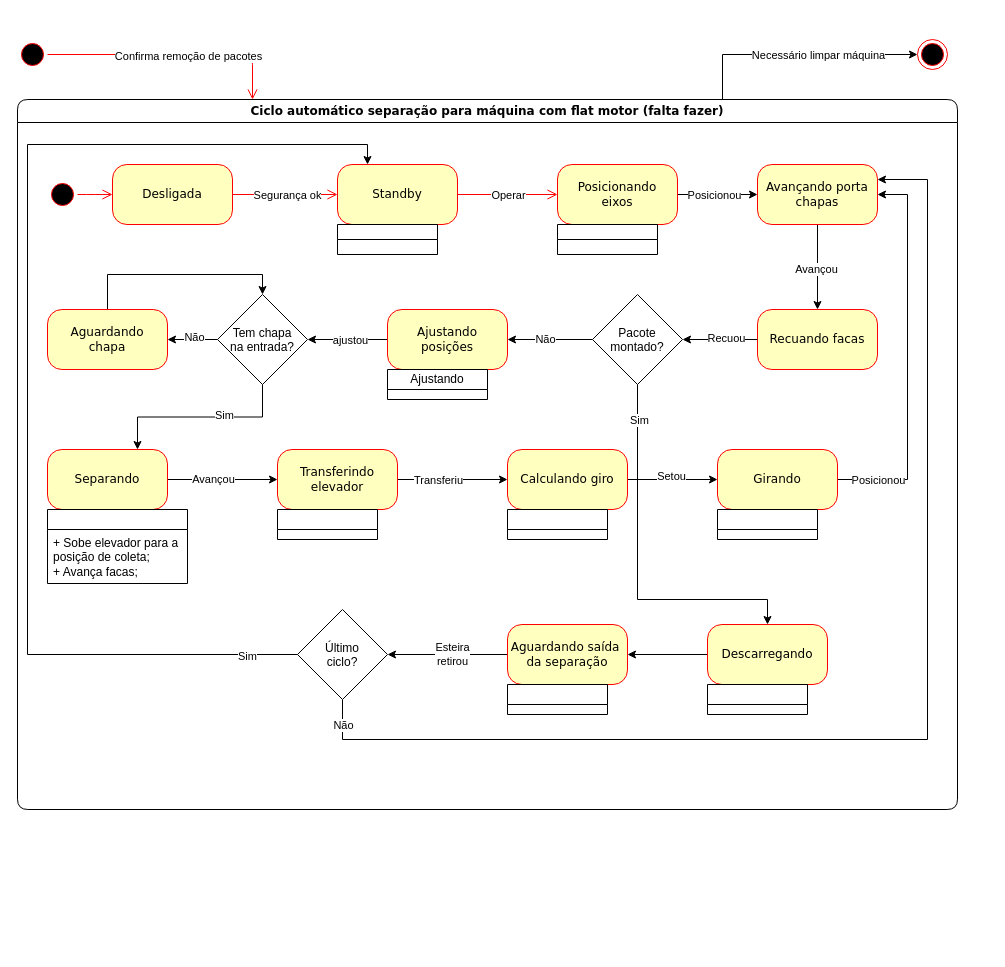
JonanMuller/WEGDiagrams keeps this draw.io diagram as page "Separação para flat motor" (2 of 3) of separar_pacotes_M05511N01.drawio. Above is the earlier version. Source tidied: cells renumbered, new cells numbered last; positions are measured from the earlier drawing's top-left corner, leaving out a move shared by most shapes. Both pictures are drawn from the tidied source at 100%, with x=0, y=0 at pixel (17, 39).
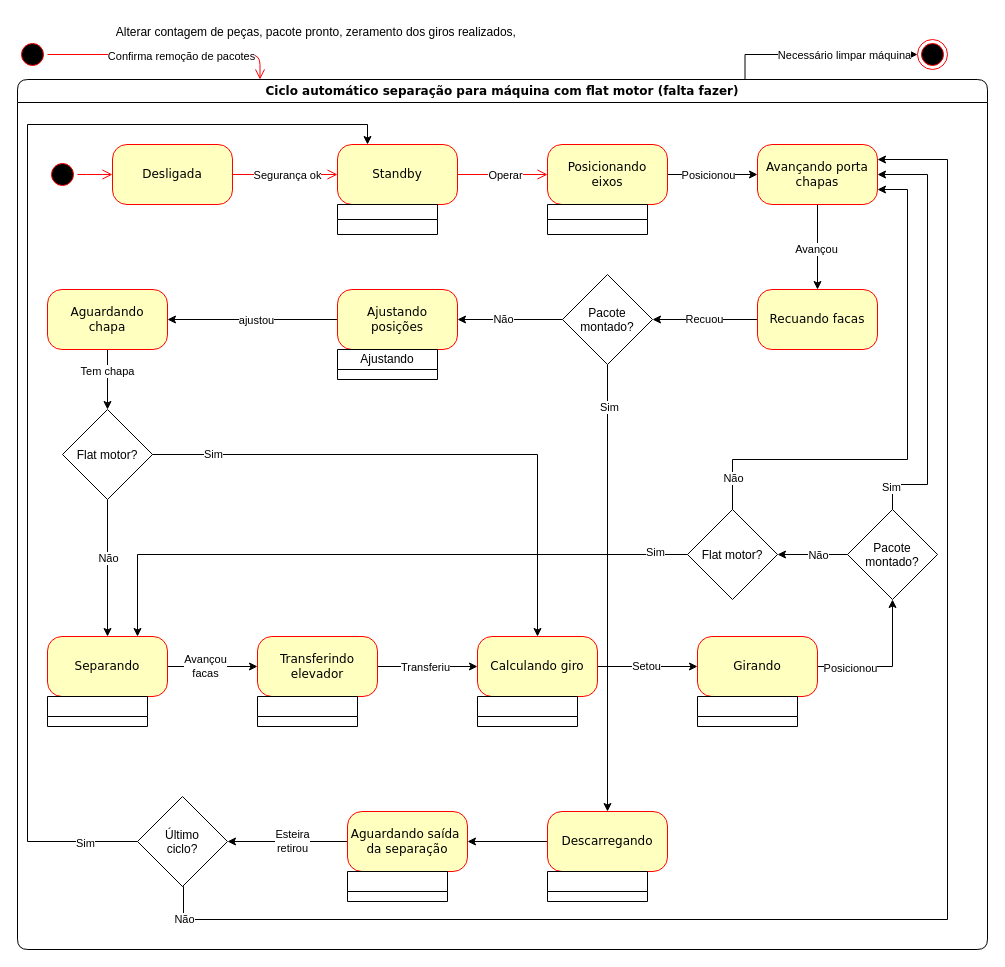
Above is the later version.

Unchanged cells that the change refers to:
```xml
<mxCell id="13" value="Standby" style="rounded=1;whiteSpace=wrap;html=1;arcSize=24;fillColor=#ffffc0;strokeColor=#ff0000;shadow=0;comic=0;labelBackgroundColor=none;fontFamily=Verdana;fontSize=12;fontColor=#000000;align=center;" parent="5" vertex="1">
  <mxGeometry x="320" y="65" width="120" height="60" as="geometry" />
</mxCell>
<mxCell id="22" value="Avançando porta&lt;div&gt;chapas&lt;/div&gt;" style="rounded=1;whiteSpace=wrap;html=1;arcSize=24;fillColor=#ffffc0;strokeColor=#ff0000;shadow=0;comic=0;labelBackgroundColor=none;fontFamily=Verdana;fontSize=12;fontColor=#000000;align=center;" parent="5" vertex="1">
  <mxGeometry x="740" y="65" width="120" height="60" as="geometry" />
</mxCell>
<mxCell id="23" value="Recuando facas" style="rounded=1;whiteSpace=wrap;html=1;arcSize=24;fillColor=#ffffc0;strokeColor=#ff0000;shadow=0;comic=0;labelBackgroundColor=none;fontFamily=Verdana;fontSize=12;fontColor=#000000;align=center;" parent="5" vertex="1">
  <mxGeometry x="740" y="210" width="120" height="60" as="geometry" />
</mxCell>
<mxCell id="40" style="edgeStyle=orthogonalEdgeStyle;rounded=0;jettySize=auto;html=1;" parent="5" edge="1" source="42" target="47">
  <mxGeometry relative="1" as="geometry" />
</mxCell>
<mxCell id="44" value="Aguardando&lt;div&gt;chapa&lt;/div&gt;" style="rounded=1;whiteSpace=wrap;html=1;arcSize=24;fillColor=#ffffc0;strokeColor=#ff0000;shadow=0;comic=0;labelBackgroundColor=none;fontFamily=Verdana;fontSize=12;fontColor=#000000;align=center;" parent="5" vertex="1">
  <mxGeometry x="30" y="210" width="120" height="60" as="geometry" />
</mxCell>
<mxCell id="45" style="edgeStyle=orthogonalEdgeStyle;rounded=0;jettySize=auto;html=1;" parent="5" edge="1" source="47" target="51">
  <mxGeometry relative="1" as="geometry" />
</mxCell>
<mxCell id="49" style="edgeStyle=orthogonalEdgeStyle;rounded=0;jettySize=auto;html=1;" parent="5" edge="1" source="51" target="55">
  <mxGeometry relative="1" as="geometry" />
</mxCell>
```

The edit, as a diff of the source:
```diff
@@
     <mxCell id="5" value="Ciclo automático separação para máquina com flat motor (falta fazer)" style="swimlane;whiteSpace=wrap;html=1;rounded=1;shadow=0;comic=0;labelBackgroundColor=none;strokeWidth=1;fontFamily=Verdana;fontSize=12;align=center;" parent="1" vertex="1">
-      <mxGeometry y="60" width="940" height="710" as="geometry" />
+      <mxGeometry y="40" width="970" height="870" as="geometry" />
     </mxCell>
@@
     <mxCell id="17" value="Posicionando&lt;div&gt;eixos&lt;/div&gt;" style="rounded=1;whiteSpace=wrap;html=1;arcSize=24;fillColor=#ffffc0;strokeColor=#ff0000;shadow=0;comic=0;labelBackgroundColor=none;fontFamily=Verdana;fontSize=12;fontColor=#000000;align=center;" parent="5" vertex="1">
-      <mxGeometry x="540" y="65" width="120" height="60" as="geometry" />
+      <mxGeometry x="530" y="65" width="120" height="60" as="geometry" />
     </mxCell>
@@
     <mxCell id="19" style="swimlane;fontStyle=0;horizontal=1;startSize=15;fillColor=none;whiteSpace=wrap;html=1;" parent="5" vertex="1" collapsed="1">
-      <mxGeometry x="540" y="125" width="100" height="30" as="geometry" />
+      <mxGeometry x="530" y="125" width="100" height="30" as="geometry" />
     </mxCell>
@@
+    <mxCell id="27" style="edgeStyle=orthogonalEdgeStyle;rounded=0;jettySize=auto;html=1;entryX=1;entryY=0.5;entryDx=0;entryDy=0;" parent="5" edge="1" source="23" target="33">
+      <mxGeometry relative="1" as="geometry" />
+    </mxCell>
+    <mxCell id="28" value="Recuou" style="edgeLabel;html=1;align=center;verticalAlign=middle;" parent="27" vertex="1">
+      <mxGeometry x="0.14" y="2" relative="1" as="geometry">
+        <mxPoint x="6" y="-3" as="offset" />
+      </mxGeometry>
+    </mxCell>
@@
-    <mxCell id="24" style="edgeStyle=orthogonalEdgeStyle;rounded=0;jettySize=auto;html=1;" parent="5" edge="1" source="26" target="39">
+    <mxCell id="24" style="edgeStyle=orthogonalEdgeStyle;rounded=0;jettySize=auto;html=1;entryX=1;entryY=0.5;entryDx=0;entryDy=0;" parent="5" edge="1" source="26" target="44">
       <mxGeometry relative="1" as="geometry" />
     </mxCell>
@@
     <mxCell id="26" value="Ajustando&lt;div&gt;posições&lt;/div&gt;" style="rounded=1;whiteSpace=wrap;html=1;arcSize=24;fillColor=#ffffc0;strokeColor=#ff0000;shadow=0;comic=0;labelBackgroundColor=none;fontFamily=Verdana;fontSize=12;fontColor=#000000;align=center;" parent="5" vertex="1">
-      <mxGeometry x="370" y="210" width="120" height="60" as="geometry" />
+      <mxGeometry x="320" y="210" width="120" height="60" as="geometry" />
     </mxCell>
-    <mxCell id="27" style="edgeStyle=orthogonalEdgeStyle;rounded=0;jettySize=auto;html=1;" parent="5" edge="1" source="23" target="33">
-      <mxGeometry relative="1" as="geometry" />
-    </mxCell>
-    <mxCell id="28" value="Recuou" style="edgeLabel;html=1;align=center;verticalAlign=middle;" parent="27" vertex="1">
-      <mxGeometry x="-0.15" y="-2" relative="1" as="geometry" />
-    </mxCell>
@@
     <mxCell id="31" style="edgeStyle=orthogonalEdgeStyle;rounded=0;jettySize=auto;html=1;exitX=0.5;exitY=1;exitDx=0;exitDy=0;entryX=0.5;entryY=0;entryDx=0;entryDy=0;" parent="5" edge="1" source="33" target="58">
       <mxGeometry relative="1" as="geometry">
         <Array as="points">
-          <mxPoint x="620" y="500" />
-          <mxPoint x="750" y="500" />
+          <mxPoint x="590" y="732" />
         </Array>
       </mxGeometry>
     </mxCell>
@@
     <mxCell id="33" value="Pacote&#10;montado?" style="rhombus;" parent="5" vertex="1">
-      <mxGeometry x="575" y="195" width="90" height="90" as="geometry" />
+      <mxGeometry x="545" y="195" width="90" height="90" as="geometry" />
     </mxCell>
     <mxCell id="34" value="Ajustando" style="swimlane;fontStyle=0;horizontal=1;startSize=20;fillColor=none;whiteSpace=wrap;html=1;" parent="5" vertex="1" collapsed="1">
-      <mxGeometry x="370" y="270" width="100" height="30" as="geometry" />
+      <mxGeometry x="320" y="270" width="100" height="30" as="geometry" />
     </mxCell>
-    <mxCell id="35" style="edgeStyle=orthogonalEdgeStyle;rounded=0;jettySize=auto;html=1;" parent="5" edge="1" source="39" target="44">
-      <mxGeometry relative="1" as="geometry" />
-    </mxCell>
-    <mxCell id="36" value="Não" style="edgeLabel;html=1;align=center;verticalAlign=middle;" parent="35" vertex="1">
-      <mxGeometry x="-0.05" y="-3" relative="1" as="geometry" />
-    </mxCell>
-    <mxCell id="37" style="edgeStyle=orthogonalEdgeStyle;rounded=0;jettySize=auto;html=1;exitX=0.5;exitY=1;exitDx=0;exitDy=0;entryX=0.75;entryY=0;entryDx=0;entryDy=0;" parent="5" edge="1" source="39" target="42">
-      <mxGeometry relative="1" as="geometry" />
-    </mxCell>
-    <mxCell id="38" value="Sim" style="edgeLabel;html=1;align=center;verticalAlign=middle;" parent="37" vertex="1">
-      <mxGeometry x="-0.25" y="-2" relative="1" as="geometry" />
-    </mxCell>
-    <mxCell id="39" value="Tem chapa&#10;na entrada?" style="rhombus;" parent="5" vertex="1">
-      <mxGeometry x="200" y="195" width="90" height="90" as="geometry" />
-    </mxCell>
+    <mxCell id="74" style="edgeStyle=orthogonalEdgeStyle;rounded=0;jettySize=auto;html=1;exitX=0.5;exitY=1;exitDx=0;exitDy=0;entryX=0.5;entryY=0;entryDx=0;entryDy=0;" parent="5" edge="1" source="44" target="81">
+      <mxGeometry relative="1" as="geometry" />
+    </mxCell>
+    <mxCell id="75" value="Tem chapa" style="edgeLabel;html=1;align=center;verticalAlign=middle;" parent="74" vertex="1">
+      <mxGeometry x="-0.29" y="-1" relative="1" as="geometry" />
+    </mxCell>
@@
-    <mxCell id="41" value="Avançou" style="edgeLabel;html=1;align=center;verticalAlign=middle;" parent="40" vertex="1">
+    <mxCell id="41" value="Avançou&lt;div&gt;facas&lt;/div&gt;" style="edgeLabel;html=1;align=center;verticalAlign=middle;" parent="40" vertex="1">
       <mxGeometry x="-0.18" y="1" relative="1" as="geometry" />
     </mxCell>
     <mxCell id="42" value="Separando" style="rounded=1;whiteSpace=wrap;html=1;arcSize=24;fillColor=#ffffc0;strokeColor=#ff0000;shadow=0;comic=0;labelBackgroundColor=none;fontFamily=Verdana;fontSize=12;fontColor=#000000;align=center;" parent="5" vertex="1">
-      <mxGeometry x="30" y="350" width="120" height="60" as="geometry" />
+      <mxGeometry x="30" y="557" width="120" height="60" as="geometry" />
     </mxCell>
-    <mxCell id="43" style="edgeStyle=orthogonalEdgeStyle;rounded=0;jettySize=auto;html=1;exitX=0.5;exitY=0;exitDx=0;exitDy=0;entryX=0.5;entryY=0;entryDx=0;entryDy=0;" parent="5" edge="1" source="44" target="39">
-      <mxGeometry relative="1" as="geometry" />
-    </mxCell>
@@
     <mxCell id="46" value="Transferiu" style="edgeLabel;html=1;align=center;verticalAlign=middle;" parent="45" vertex="1">
-      <mxGeometry x="-0.27" relative="1" as="geometry" />
+      <mxGeometry x="-0.27" relative="1" as="geometry">
+        <mxPoint x="10" as="offset" />
+      </mxGeometry>
     </mxCell>
     <mxCell id="47" value="Transferindo&lt;div&gt;elevador&lt;/div&gt;" style="rounded=1;whiteSpace=wrap;html=1;arcSize=24;fillColor=#ffffc0;strokeColor=#ff0000;shadow=0;comic=0;labelBackgroundColor=none;fontFamily=Verdana;fontSize=12;fontColor=#000000;align=center;" parent="5" vertex="1">
-      <mxGeometry x="260" y="350" width="120" height="60" as="geometry" />
+      <mxGeometry x="240" y="557" width="120" height="60" as="geometry" />
     </mxCell>
     <mxCell id="48" style="swimlane;fontStyle=0;horizontal=1;startSize=20;fillColor=none;whiteSpace=wrap;html=1;" parent="5" vertex="1" collapsed="1">
-      <mxGeometry x="260" y="410" width="100" height="30" as="geometry" />
+      <mxGeometry x="240" y="617" width="100" height="30" as="geometry" />
     </mxCell>
@@
     <mxCell id="50" value="Setou" style="edgeLabel;html=1;align=center;verticalAlign=middle;" parent="49" vertex="1">
-      <mxGeometry x="-0.04" y="4" relative="1" as="geometry" />
+      <mxGeometry x="-0.04" y="4" relative="1" as="geometry">
+        <mxPoint y="3" as="offset" />
+      </mxGeometry>
     </mxCell>
     <mxCell id="51" value="Calculando giro" style="rounded=1;whiteSpace=wrap;html=1;arcSize=24;fillColor=#ffffc0;strokeColor=#ff0000;shadow=0;comic=0;labelBackgroundColor=none;fontFamily=Verdana;fontSize=12;fontColor=#000000;align=center;" parent="5" vertex="1">
-      <mxGeometry x="490" y="350" width="120" height="60" as="geometry" />
+      <mxGeometry x="460" y="557" width="120" height="60" as="geometry" />
     </mxCell>
     <mxCell id="52" style="swimlane;fontStyle=0;horizontal=1;startSize=20;fillColor=none;whiteSpace=wrap;html=1;" parent="5" vertex="1" collapsed="1">
-      <mxGeometry x="490" y="410" width="100" height="30" as="geometry" />
+      <mxGeometry x="460" y="617" width="100" height="30" as="geometry" />
     </mxCell>
-    <mxCell id="53" style="edgeStyle=orthogonalEdgeStyle;rounded=0;jettySize=auto;html=1;exitX=1;exitY=0.5;exitDx=0;exitDy=0;entryX=1;entryY=0.5;entryDx=0;entryDy=0;" parent="5" edge="1" source="55" target="22">
-      <mxGeometry relative="1" as="geometry">
-        <Array as="points">
-          <mxPoint x="890" y="380" />
-          <mxPoint x="890" y="95" />
-        </Array>
-      </mxGeometry>
-    </mxCell>
+    <mxCell id="76" style="edgeStyle=orthogonalEdgeStyle;rounded=0;jettySize=auto;html=1;exitX=1;exitY=0.5;exitDx=0;exitDy=0;entryX=0.5;entryY=1;entryDx=0;entryDy=0;" parent="5" edge="1" source="55" target="91">
+      <mxGeometry relative="1" as="geometry" />
+    </mxCell>
-    <mxCell id="54" value="Posicionou" style="edgeLabel;html=1;align=center;verticalAlign=middle;" parent="53" vertex="1">
-      <mxGeometry x="-0.86" y="-1" relative="1" as="geometry">
-        <mxPoint x="13" y="-1" as="offset" />
+    <mxCell id="54" value="Posicionou" style="edgeLabel;html=1;align=center;verticalAlign=middle;" parent="76" vertex="1">
+      <mxGeometry x="-0.68" y="-3" relative="1" as="geometry">
+        <mxPoint x="9" y="-2" as="offset" />
       </mxGeometry>
     </mxCell>
     <mxCell id="55" value="Girando" style="rounded=1;whiteSpace=wrap;html=1;arcSize=24;fillColor=#ffffc0;strokeColor=#ff0000;shadow=0;comic=0;labelBackgroundColor=none;fontFamily=Verdana;fontSize=12;fontColor=#000000;align=center;" parent="5" vertex="1">
-      <mxGeometry x="700" y="350" width="120" height="60" as="geometry" />
+      <mxGeometry x="680" y="557" width="120" height="60" as="geometry" />
     </mxCell>
     <mxCell id="56" style="swimlane;fontStyle=0;horizontal=1;startSize=20;fillColor=none;whiteSpace=wrap;html=1;" parent="5" vertex="1" collapsed="1">
-      <mxGeometry x="700" y="410" width="100" height="30" as="geometry" />
+      <mxGeometry x="680" y="617" width="100" height="30" as="geometry" />
     </mxCell>
@@
     <mxCell id="58" value="Descarregando" style="rounded=1;whiteSpace=wrap;html=1;arcSize=24;fillColor=#ffffc0;strokeColor=#ff0000;shadow=0;comic=0;labelBackgroundColor=none;fontFamily=Verdana;fontSize=12;fontColor=#000000;align=center;" parent="5" vertex="1">
-      <mxGeometry x="690" y="525" width="120" height="60" as="geometry" />
+      <mxGeometry x="530" y="732" width="120" height="60" as="geometry" />
     </mxCell>
     <mxCell id="59" style="swimlane;fontStyle=0;horizontal=1;startSize=20;fillColor=none;whiteSpace=wrap;html=1;" parent="5" vertex="1" collapsed="1">
-      <mxGeometry x="690" y="585" width="100" height="30" as="geometry" />
+      <mxGeometry x="530" y="792" width="100" height="30" as="geometry" />
     </mxCell>
@@
     <mxCell id="62" value="Aguardando saída&amp;nbsp;&lt;div&gt;da separação&lt;/div&gt;" style="rounded=1;whiteSpace=wrap;html=1;arcSize=24;fillColor=#ffffc0;strokeColor=#ff0000;shadow=0;comic=0;labelBackgroundColor=none;fontFamily=Verdana;fontSize=12;fontColor=#000000;align=center;" parent="5" vertex="1">
-      <mxGeometry x="490" y="525" width="120" height="60" as="geometry" />
+      <mxGeometry x="330" y="732" width="120" height="60" as="geometry" />
     </mxCell>
     <mxCell id="63" style="swimlane;fontStyle=0;horizontal=1;startSize=20;fillColor=none;whiteSpace=wrap;html=1;" parent="5" vertex="1" collapsed="1">
-      <mxGeometry x="490" y="585" width="100" height="30" as="geometry" />
+      <mxGeometry x="330" y="792" width="100" height="30" as="geometry" />
     </mxCell>
     <mxCell id="64" style="edgeStyle=orthogonalEdgeStyle;rounded=0;jettySize=auto;html=1;exitX=0;exitY=0.5;exitDx=0;exitDy=0;entryX=0.25;entryY=0;entryDx=0;entryDy=0;" parent="5" edge="1" source="68" target="13">
       <mxGeometry relative="1" as="geometry">
         <Array as="points">
-          <mxPoint x="10" y="555" />
+          <mxPoint x="10" y="762" />
           <mxPoint x="10" y="45" />
           <mxPoint x="350" y="45" />
         </Array>
       </mxGeometry>
     </mxCell>
@@
     <mxCell id="66" style="edgeStyle=orthogonalEdgeStyle;rounded=0;jettySize=auto;html=1;exitX=0.5;exitY=1;exitDx=0;exitDy=0;entryX=1;entryY=0.25;entryDx=0;entryDy=0;" parent="5" edge="1" source="68" target="22">
       <mxGeometry relative="1" as="geometry">
         <Array as="points">
-          <mxPoint x="325" y="640" />
-          <mxPoint x="910" y="640" />
-          <mxPoint x="910" y="80" />
+          <mxPoint x="166" y="840" />
+          <mxPoint x="930" y="840" />
+          <mxPoint x="930" y="80" />
         </Array>
       </mxGeometry>
     </mxCell>
@@
     <mxCell id="68" value="Último&#10;ciclo?" style="rhombus;" parent="5" vertex="1">
-      <mxGeometry x="280" y="510" width="90" height="90" as="geometry" />
+      <mxGeometry x="120" y="717" width="90" height="90" as="geometry" />
     </mxCell>
+    <mxCell id="77" style="edgeStyle=orthogonalEdgeStyle;rounded=0;jettySize=auto;html=1;exitX=0.5;exitY=1;exitDx=0;exitDy=0;entryX=0.5;entryY=0;entryDx=0;entryDy=0;" parent="5" edge="1" source="81" target="42">
+      <mxGeometry relative="1" as="geometry" />
+    </mxCell>
+    <mxCell id="78" value="Não" style="edgeLabel;html=1;align=center;verticalAlign=middle;" parent="77" vertex="1">
+      <mxGeometry x="-0.15" relative="1" as="geometry" />
+    </mxCell>
+    <mxCell id="79" style="edgeStyle=orthogonalEdgeStyle;rounded=0;jettySize=auto;html=1;exitX=1;exitY=0.5;exitDx=0;exitDy=0;entryX=0.5;entryY=0;entryDx=0;entryDy=0;" parent="5" edge="1" source="81" target="51">
+      <mxGeometry relative="1" as="geometry" />
+    </mxCell>
+    <mxCell id="80" value="Sim" style="edgeLabel;html=1;align=center;verticalAlign=middle;" parent="79" vertex="1">
+      <mxGeometry x="-0.79" y="1" relative="1" as="geometry" />
+    </mxCell>
+    <mxCell id="81" value="Flat motor?" style="rhombus;" parent="5" vertex="1">
+      <mxGeometry x="45" y="330" width="90" height="90" as="geometry" />
+    </mxCell>
+    <mxCell id="82" style="edgeStyle=orthogonalEdgeStyle;rounded=0;jettySize=auto;html=1;exitX=0;exitY=0.5;exitDx=0;exitDy=0;entryX=0.75;entryY=0;entryDx=0;entryDy=0;" parent="5" edge="1" source="86" target="42">
+      <mxGeometry relative="1" as="geometry" />
+    </mxCell>
+    <mxCell id="83" value="Sim" style="edgeLabel;html=1;align=center;verticalAlign=middle;" parent="82" vertex="1">
+      <mxGeometry x="-0.9" y="-2" relative="1" as="geometry">
+        <mxPoint x="-1" y="-1" as="offset" />
+      </mxGeometry>
+    </mxCell>
+    <mxCell id="84" style="edgeStyle=orthogonalEdgeStyle;rounded=0;jettySize=auto;html=1;exitX=0.5;exitY=0;exitDx=0;exitDy=0;entryX=1;entryY=0.75;entryDx=0;entryDy=0;" parent="5" edge="1" source="86" target="22">
+      <mxGeometry relative="1" as="geometry">
+        <Array as="points">
+          <mxPoint x="715" y="380" />
+          <mxPoint x="890" y="380" />
+          <mxPoint x="890" y="110" />
+        </Array>
+      </mxGeometry>
+    </mxCell>
+    <mxCell id="85" value="Não" style="edgeLabel;html=1;align=center;verticalAlign=middle;" parent="84" vertex="1">
+      <mxGeometry x="-0.88" y="1" relative="1" as="geometry">
+        <mxPoint x="1" as="offset" />
+      </mxGeometry>
+    </mxCell>
+    <mxCell id="86" value="Flat motor?" style="rhombus;" parent="5" vertex="1">
+      <mxGeometry x="670" y="430" width="90" height="90" as="geometry" />
+    </mxCell>
+    <mxCell id="72" style="swimlane;fontStyle=0;horizontal=1;startSize=20;fillColor=none;whiteSpace=wrap;html=1;" parent="5" vertex="1" collapsed="1">
+      <mxGeometry x="30" y="617" width="100" height="30" as="geometry" />
+    </mxCell>
+    <mxCell id="87" style="edgeStyle=orthogonalEdgeStyle;rounded=0;jettySize=auto;html=1;exitX=0.5;exitY=0;exitDx=0;exitDy=0;entryX=1;entryY=0.5;entryDx=0;entryDy=0;" parent="5" edge="1" source="91" target="22">
+      <mxGeometry relative="1" as="geometry">
+        <Array as="points">
+          <mxPoint x="910" y="405" />
+          <mxPoint x="910" y="95" />
+        </Array>
+      </mxGeometry>
+    </mxCell>
+    <mxCell id="88" value="Sim" style="edgeLabel;html=1;align=center;verticalAlign=middle;" parent="87" vertex="1">
+      <mxGeometry x="-0.89" y="2" relative="1" as="geometry" />
+    </mxCell>
+    <mxCell id="89" style="edgeStyle=orthogonalEdgeStyle;rounded=0;jettySize=auto;html=1;" parent="5" edge="1" source="91" target="86">
+      <mxGeometry relative="1" as="geometry" />
+    </mxCell>
+    <mxCell id="90" value="Não" style="edgeLabel;html=1;align=center;verticalAlign=middle;" parent="89" vertex="1">
+      <mxGeometry x="0.02" relative="1" as="geometry">
+        <mxPoint x="6" as="offset" />
+      </mxGeometry>
+    </mxCell>
+    <mxCell id="91" value="Pacote&#10;montado?" style="rhombus;" parent="5" vertex="1">
+      <mxGeometry x="830" y="430" width="90" height="90" as="geometry" />
+    </mxCell>
@@
-    <mxCell id="72" style="swimlane;fontStyle=0;horizontal=1;startSize=20;fillColor=none;whiteSpace=wrap;html=1;" parent="1" vertex="1">
-      <mxGeometry x="30" y="470" width="140" height="74" as="geometry" />
-    </mxCell>
-    <mxCell id="73" value="+ Sobe elevador para a posição de coleta;&lt;div&gt;+ Avança facas;&lt;/div&gt;" style="text;strokeColor=none;fillColor=none;align=left;verticalAlign=top;spacingLeft=4;spacingRight=4;overflow=hidden;whiteSpace=wrap;html=1;" parent="72" vertex="1">
-      <mxGeometry y="20" width="140" height="54" as="geometry" />
-    </mxCell>
+    <mxCell id="92" value="Alterar contagem de peças, pacote pronto, zeramento dos giros realizados,&amp;nbsp;" style="text;html=1;align=center;verticalAlign=middle;strokeColor=none;fillColor=none;" parent="1" vertex="1">
+      <mxGeometry x="85" y="-22" width="430" height="30" as="geometry" />
+    </mxCell>
```
